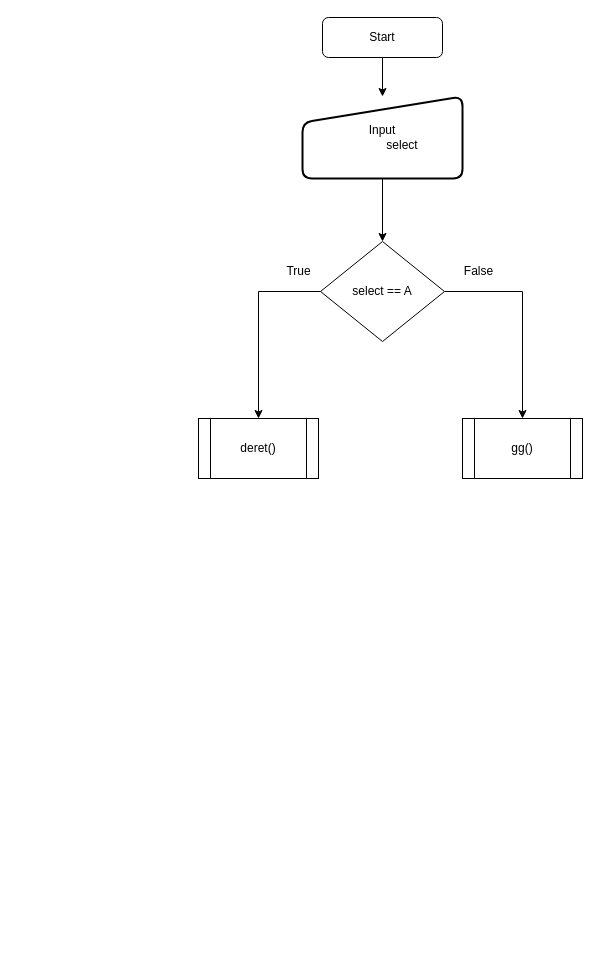
Before: Untitled Diagram.drawio in imamnurhy/flowchart, a draw.io diagram. Source tidied: cells renumbered, new cells numbered last; positions are measured from the earlier drawing's top-left corner, leaving out a move shared by most shapes. Both pictures are drawn from the tidied source at 100%, with x=0, y=0 at pixel (198, 17).
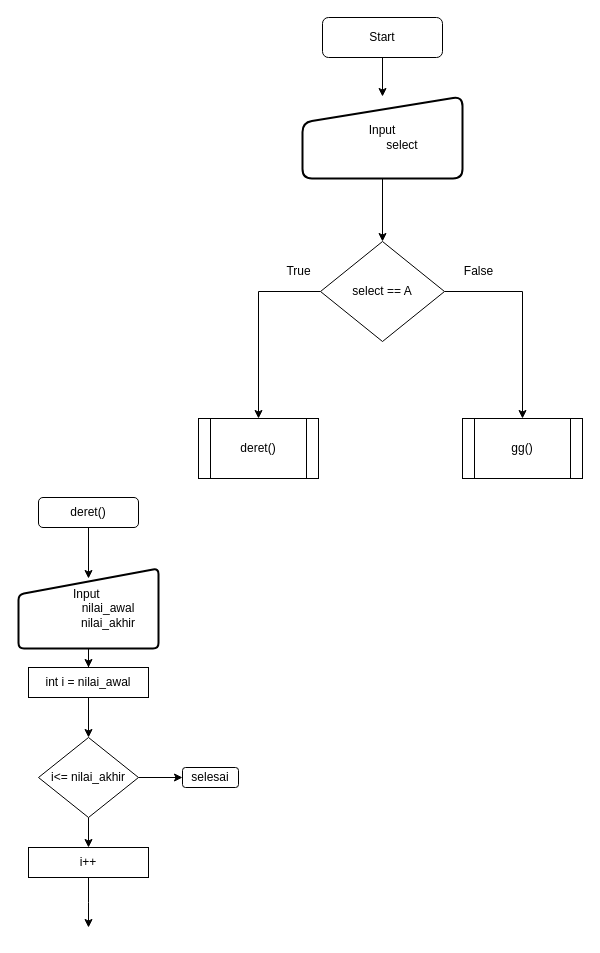
The same page after the edit.

Diff of the diagram source:
```diff
@@
+    <mxCell id="13" style="edgeStyle=orthogonalEdgeStyle;rounded=0;jettySize=auto;html=1;entryX=0.5;entryY=0.125;entryDx=0;entryDy=0;entryPerimeter=0;" parent="1" edge="1" source="14" target="16">
+      <mxGeometry relative="1" as="geometry" />
+    </mxCell>
+    <mxCell id="14" value="deret()" style="rounded=1;whiteSpace=wrap;html=1;align=center;" parent="1" vertex="1">
+      <mxGeometry x="-160" y="480" width="100" height="30" as="geometry" />
+    </mxCell>
+    <mxCell id="15" style="edgeStyle=orthogonalEdgeStyle;rounded=0;jettySize=auto;html=1;" parent="1" edge="1" source="16" target="18">
+      <mxGeometry relative="1" as="geometry" />
+    </mxCell>
+    <mxCell id="16" value="&lt;div&gt;&lt;span&gt;Input&amp;nbsp;&lt;/span&gt;&lt;/div&gt;&lt;blockquote style=&quot;margin: 0 0 0 40px ; border: none ; padding: 0px&quot;&gt;&lt;div&gt;&lt;span&gt;nilai_awal&lt;/span&gt;&lt;/div&gt;&lt;/blockquote&gt;&lt;blockquote style=&quot;margin: 0 0 0 40px ; border: none ; padding: 0px&quot;&gt;&lt;div&gt;&lt;span&gt;nilai_akhir&lt;/span&gt;&lt;/div&gt;&lt;/blockquote&gt;" style="html=1;strokeWidth=2;shape=manualInput;whiteSpace=wrap;rounded=1;size=26;arcSize=11;align=center;" parent="1" vertex="1">
+      <mxGeometry x="-180" y="551" width="140" height="80" as="geometry" />
+    </mxCell>
+    <mxCell id="17" style="edgeStyle=orthogonalEdgeStyle;rounded=0;jettySize=auto;html=1;" parent="1" edge="1" source="18" target="21">
+      <mxGeometry relative="1" as="geometry" />
+    </mxCell>
+    <mxCell id="18" value="int i = nilai_awal" style="rounded=0;whiteSpace=wrap;html=1;" parent="1" vertex="1">
+      <mxGeometry x="-170" y="650" width="120" height="30" as="geometry" />
+    </mxCell>
+    <mxCell id="19" style="edgeStyle=orthogonalEdgeStyle;rounded=0;jettySize=auto;html=1;" parent="1" edge="1" source="21" target="23">
+      <mxGeometry relative="1" as="geometry" />
+    </mxCell>
+    <mxCell id="20" style="edgeStyle=orthogonalEdgeStyle;rounded=0;jettySize=auto;html=1;" parent="1" edge="1" source="21" target="24">
+      <mxGeometry relative="1" as="geometry" />
+    </mxCell>
+    <mxCell id="21" value="i&amp;lt;= nilai_akhir" style="rhombus;whiteSpace=wrap;html=1;" parent="1" vertex="1">
+      <mxGeometry x="-160" y="720" width="100" height="80" as="geometry" />
+    </mxCell>
+    <mxCell id="22" style="edgeStyle=orthogonalEdgeStyle;rounded=0;jettySize=auto;html=1;" parent="1" edge="1" source="23">
+      <mxGeometry relative="1" as="geometry">
+        <mxPoint x="-110" y="910" as="targetPoint" />
+      </mxGeometry>
+    </mxCell>
+    <mxCell id="23" value="i++" style="rounded=0;whiteSpace=wrap;html=1;" parent="1" vertex="1">
+      <mxGeometry x="-170" y="830" width="120" height="30" as="geometry" />
+    </mxCell>
+    <mxCell id="24" value="selesai" style="rounded=1;whiteSpace=wrap;html=1;" parent="1" vertex="1">
+      <mxGeometry x="-16" y="750" width="56" height="20" as="geometry" />
+    </mxCell>
```
